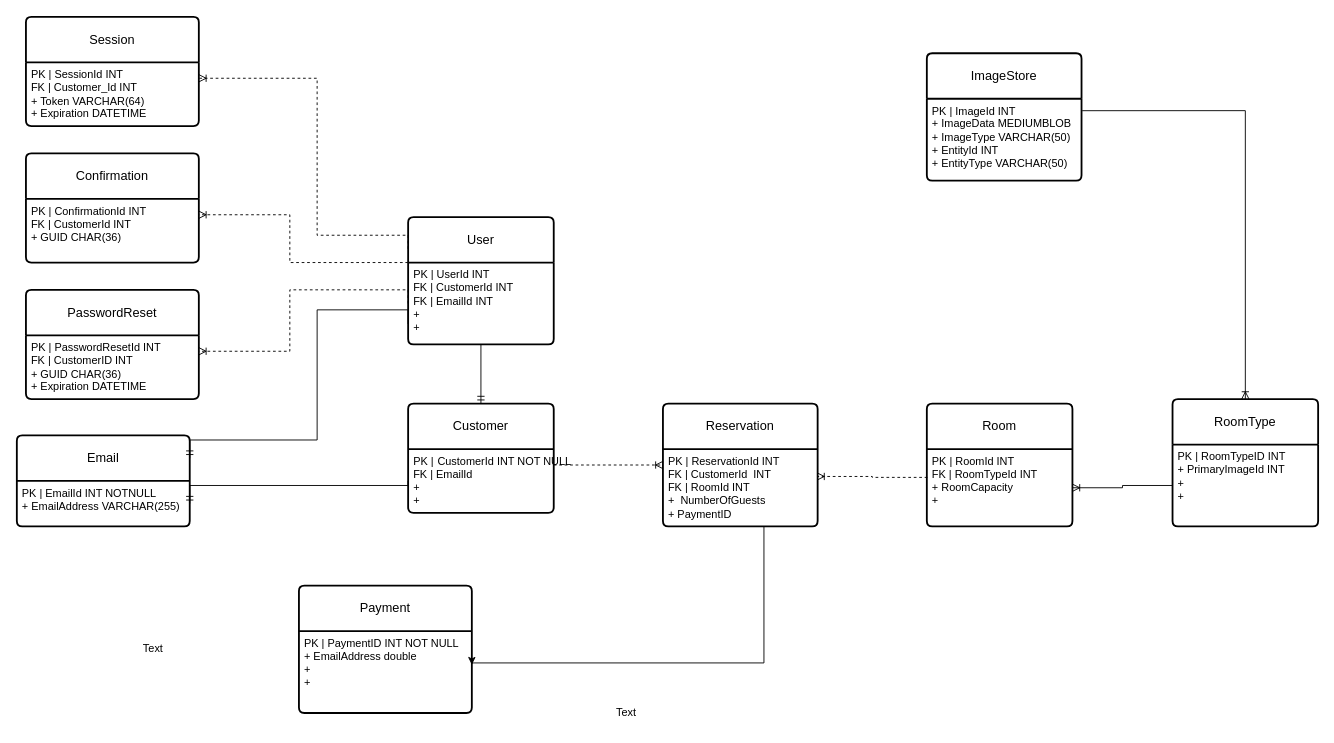
Before: MoffatBayDB.drawio in RUKtheCROOK/Moffat-Bay, a draw.io diagram. Source tidied: cells renumbered, new cells numbered last; positions are measured from the earlier drawing's top-left corner, leaving out a move shared by most shapes. Both pictures are drawn from the tidied source at 91%, with x=0, y=0 at pixel (16, 16).
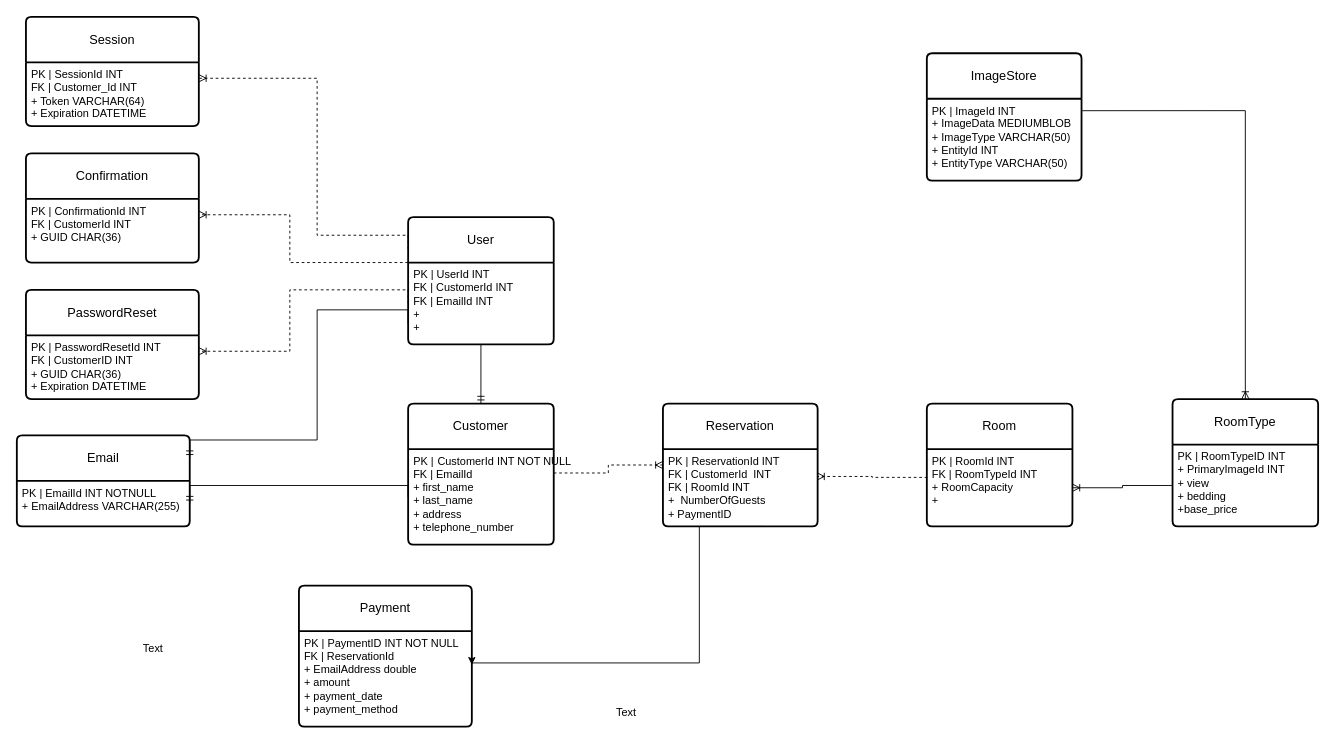
Above is the later version.

Unchanged cells that the change refers to:
```xml
<mxCell id="20" value="RoomType" style="swimlane;horizontal=1;startSize=50;rounded=1;fontSize=14;fontStyle=0;strokeWidth=2;shadow=0;dashed=0;align=center;arcSize=4;whiteSpace=wrap;html=1;" parent="1" vertex="1">
  <mxGeometry x="1270" y="420" width="160" height="140" as="geometry" />
</mxCell>
```

The edit, as a diff of the source:
```diff
@@
     <mxCell id="2" value="Customer" style="swimlane;horizontal=1;startSize=50;rounded=1;fontSize=14;fontStyle=0;strokeWidth=2;shadow=0;dashed=0;align=center;arcSize=4;whiteSpace=wrap;html=1;" parent="1" vertex="1">
-      <mxGeometry x="430" y="425" width="160" height="120" as="geometry" />
+      <mxGeometry x="430" y="425" width="160" height="155" as="geometry" />
     </mxCell>
-    <mxCell id="3" value="PK |&lt;span style=&quot;white-space: pre;&quot;&gt;&#9;&lt;/span&gt;CustomerId INT NOT NULL&lt;div&gt;FK | EmailId&lt;/div&gt;&lt;div&gt;+&lt;/div&gt;&lt;div&gt;+&lt;/div&gt;" style="align=left;strokeColor=none;fillColor=none;spacingLeft=4;fontSize=12;verticalAlign=top;html=1;" parent="2" vertex="1">
-      <mxGeometry y="50" width="160" height="70" as="geometry" />
+    <mxCell id="3" value="PK |&lt;span style=&quot;white-space: pre;&quot;&gt;&#9;&lt;/span&gt;CustomerId INT NOT NULL&lt;div&gt;FK | EmailId&lt;/div&gt;&lt;div&gt;+ first_name&lt;/div&gt;&lt;div&gt;+ last_name&lt;/div&gt;&lt;div&gt;+ address&lt;/div&gt;&lt;div&gt;+ telephone_number&lt;/div&gt;" style="align=left;strokeColor=none;fillColor=none;spacingLeft=4;fontSize=12;verticalAlign=top;html=1;" parent="2" vertex="1">
+      <mxGeometry y="50" width="160" height="105" as="geometry" />
     </mxCell>
@@
-    <mxCell id="21" value="PK | RoomTypeID INT&lt;br&gt;+ PrimaryImageId INT&lt;div&gt;+&amp;nbsp;&lt;/div&gt;&lt;div&gt;+&amp;nbsp;&lt;/div&gt;" style="align=left;strokeColor=none;fillColor=none;spacingLeft=4;fontSize=12;verticalAlign=top;html=1;" parent="20" vertex="1">
+    <mxCell id="21" value="PK | RoomTypeID INT&lt;br&gt;+ PrimaryImageId INT&lt;div&gt;+ view&lt;/div&gt;&lt;div&gt;+ bedding&lt;/div&gt;&lt;div&gt;+base_price&lt;/div&gt;" style="align=left;strokeColor=none;fillColor=none;spacingLeft=4;fontSize=12;verticalAlign=top;html=1;" parent="20" vertex="1">
       <mxGeometry y="50" width="160" height="90" as="geometry" />
     </mxCell>
@@
     <mxCell id="32" value="Payment" style="swimlane;horizontal=1;startSize=50;rounded=1;fontSize=14;fontStyle=0;strokeWidth=2;shadow=0;dashed=0;align=center;arcSize=4;whiteSpace=wrap;html=1;" parent="1" vertex="1">
-      <mxGeometry x="310" y="625" width="190" height="140" as="geometry" />
+      <mxGeometry x="310" y="625" width="190" height="155" as="geometry" />
     </mxCell>
     <mxCell id="33" style="edgeStyle=orthogonalEdgeStyle;rounded=0;orthogonalLoop=1;jettySize=auto;html=1;exitX=0.5;exitY=1;exitDx=0;exitDy=0;entryX=0.995;entryY=0.411;entryDx=0;entryDy=0;entryPerimeter=0;" parent="32" edge="1">
       <mxGeometry relative="1" as="geometry">
         <mxPoint x="511" y="-65" as="sourcePoint" />
         <mxPoint x="190" y="87" as="targetPoint" />
         <Array as="points">
-          <mxPoint x="511" y="85" />
+          <mxPoint x="440" y="-65" />
+          <mxPoint x="440" y="85" />
           <mxPoint x="190" y="85" />
         </Array>
       </mxGeometry>
     </mxCell>
-    <mxCell id="34" value="PK | PaymentID INT NOT NULL&lt;div&gt;+ EmailAddress double&lt;/div&gt;&lt;div&gt;+&lt;/div&gt;&lt;div&gt;+&lt;/div&gt;" style="align=left;strokeColor=none;fillColor=none;spacingLeft=4;fontSize=12;verticalAlign=top;html=1;" parent="32" vertex="1">
-      <mxGeometry y="50" width="190" height="90" as="geometry" />
+    <mxCell id="34" value="PK | PaymentID INT NOT NULL&lt;div&gt;FK | ReservationId&lt;br&gt;&lt;div&gt;+ EmailAddress double&lt;/div&gt;&lt;div&gt;+ amount&lt;/div&gt;&lt;div&gt;+ payment_date&lt;/div&gt;&lt;div&gt;+ payment_method&lt;/div&gt;&lt;/div&gt;" style="align=left;strokeColor=none;fillColor=none;spacingLeft=4;fontSize=12;verticalAlign=top;html=1;" parent="32" vertex="1">
+      <mxGeometry y="50" width="190" height="105" as="geometry" />
     </mxCell>
```
